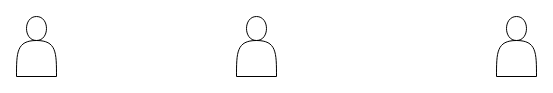
This is Bauwens C4 Lab.drawio from bbauwens/SWAD8470, a draw.io file, before an edit. Source tidied: cells renumbered, new cells numbered last; positions are measured from the earlier drawing's top-left corner, leaving out a move shared by most shapes. Both pictures are drawn from the tidied source at 100%, with x=0, y=0 at pixel (16, 16).
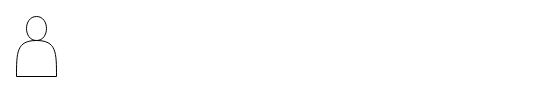
After the change.

Diff of the diagram source:
```diff
@@
 <mxGraphModel>
   <root>
     <mxCell id="0" />
     <mxCell id="1" parent="0" />
-    <mxCell id="2" style="shape=actor;whiteSpace=wrap;html=1;" parent="1" vertex="1">
-      <mxGeometry x="480" width="40" height="60" as="geometry" />
-    </mxCell>
     <mxCell id="3" style="shape=actor;whiteSpace=wrap;html=1;" parent="1" vertex="1">
       <mxGeometry width="40" height="60" as="geometry" />
     </mxCell>
-    <mxCell id="4" style="shape=actor;whiteSpace=wrap;html=1;" parent="1" vertex="1">
-      <mxGeometry x="220" width="40" height="60" as="geometry" />
-    </mxCell>
   </root>
 </mxGraphModel>
```
